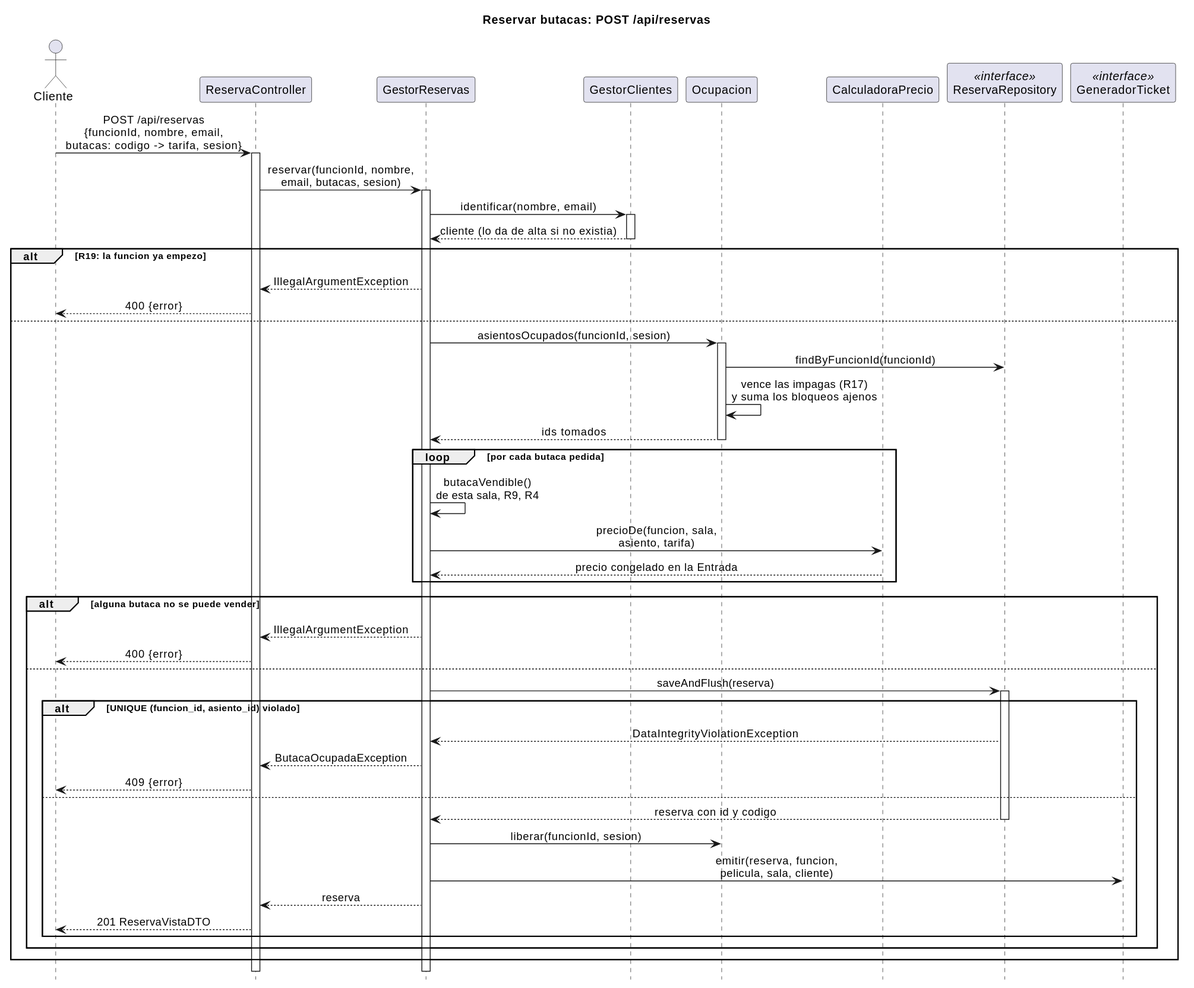
This is _other/docs/diagramas/secuencia-reserva.svg from andreiveisuade/cine-uade, a PlantUML export, as it was before one commit.
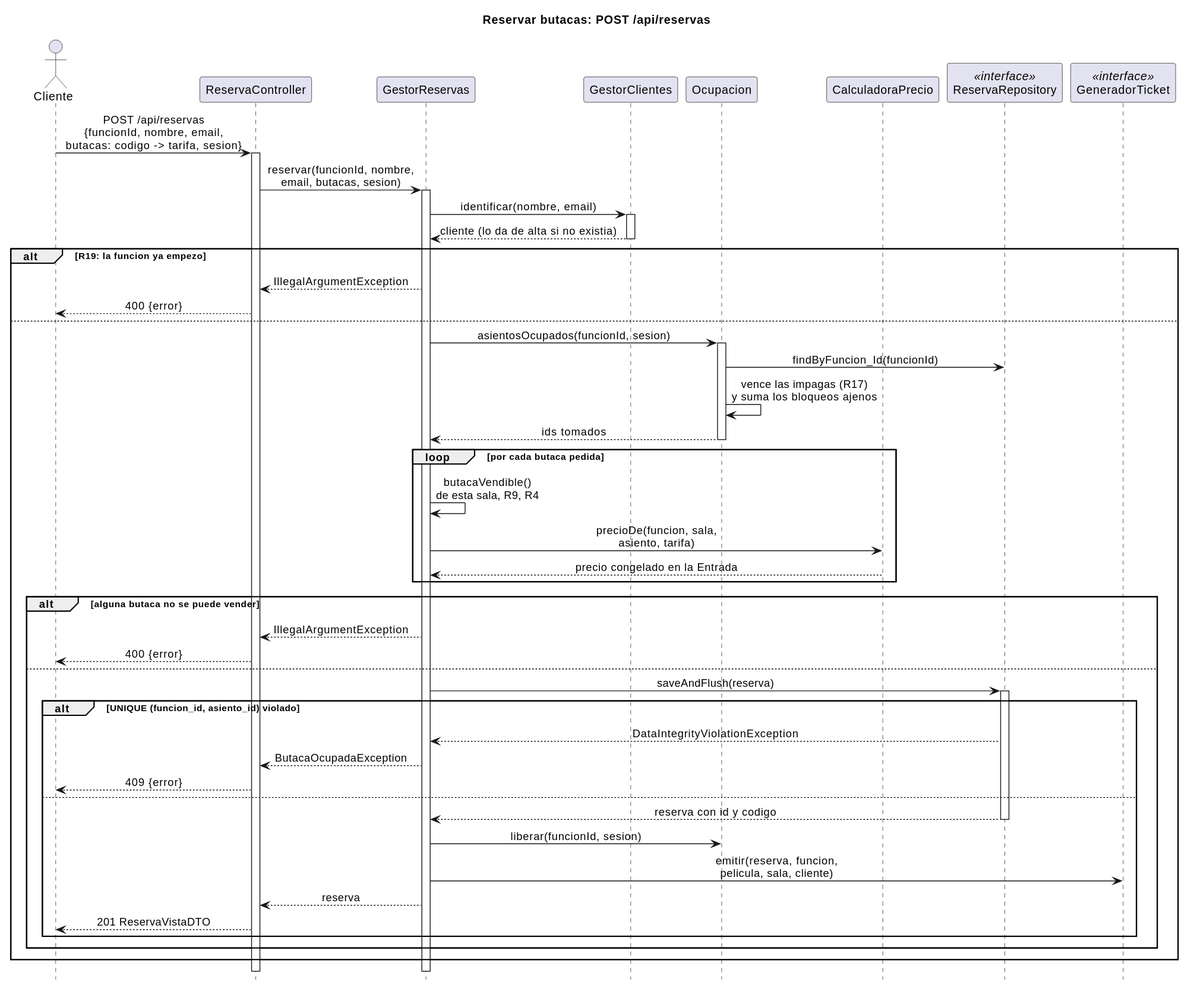
The same file after the commit.

Commit message:
docs(manual): nombres de repositorio al dia en diagramas y plan de pruebas sin hueco en la numeracion

The edit, as a diff of the source:
```diff
@@ -29,7 +29,7 @@
 else
   Gestor -> Ocupacion : asientosOcupados(funcionId, sesion)
   activate Ocupacion
-  Ocupacion -> Repo : findByFuncionId(funcionId)
+  Ocupacion -> Repo : findByFuncion_Id(funcionId)
   Ocupacion -> Ocupacion : vence las impagas (R17)\ny suma los bloqueos ajenos
   Ocupacion --> Gestor : ids tomados
   deactivate Ocupacion
```
